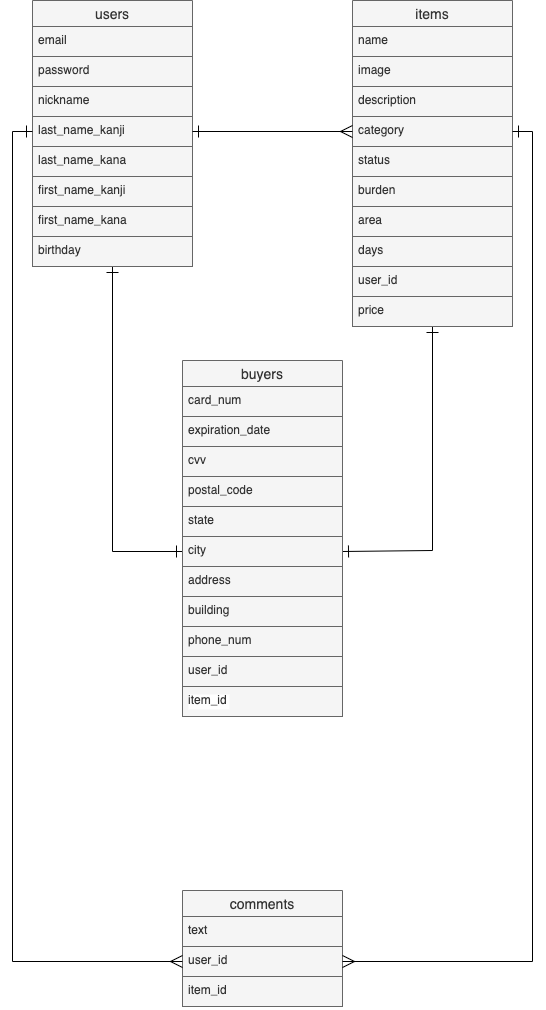
Before: furima_er.png, a diagram exported from draw.io (samanosuke-akechi/furima-34566). Source tidied: cells renumbered, new cells last; positions are measured from the earlier drawing's top-left corner, leaving out a move shared by most shapes.
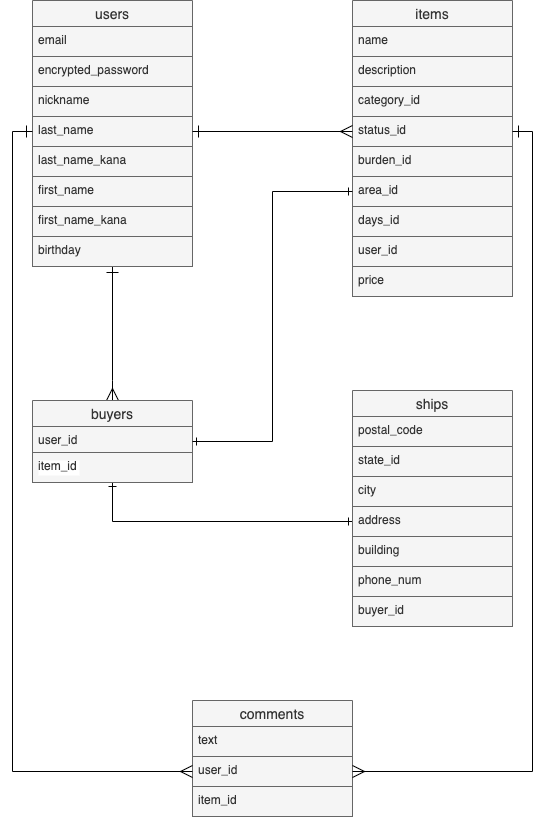
Above is the later version.

The edit, as a diff of the source:
```diff
@@ -2,8 +2,13 @@
   <root>
     <mxCell id="0" />
     <mxCell id="1" parent="0" />
-    <mxCell id="2" style="edgeStyle=orthogonalEdgeStyle;rounded=0;jettySize=auto;html=1;exitX=0.5;exitY=1;exitDx=0;exitDy=0;entryX=0;entryY=0.5;entryDx=0;entryDy=0;startArrow=ERone;startFill=0;endArrow=ERone;endFill=0;strokeColor=#000000;endSize=10;startSize=10;" parent="1" edge="1" source="3" target="37">
-      <mxGeometry relative="1" as="geometry" />
+    <mxCell id="2" style="edgeStyle=orthogonalEdgeStyle;rounded=0;jettySize=auto;html=1;exitX=0.5;exitY=1;exitDx=0;exitDy=0;entryX=0.5;entryY=0;entryDx=0;entryDy=0;startArrow=ERone;startFill=0;endArrow=ERmany;endFill=0;strokeColor=#000000;endSize=10;startSize=10;" parent="1" edge="1" source="3" target="31">
+      <mxGeometry relative="1" as="geometry">
+        <Array as="points">
+          <mxPoint x="80" y="380" />
+          <mxPoint x="80" y="380" />
+        </Array>
+      </mxGeometry>
     </mxCell>
     <mxCell id="3" value="users" style="swimlane;fontStyle=0;horizontal=1;startSize=26;align=center;fontSize=14;fillColor=#f5f5f5;strokeColor=#666666;fontColor=#333333;" parent="1" vertex="1">
       <mxGeometry width="160" height="266" as="geometry" />
@@ -11,19 +16,19 @@
     <mxCell id="4" value="email" style="text;strokeColor=#666666;fillColor=#f5f5f5;spacingLeft=4;spacingRight=4;overflow=hidden;fontSize=12;fontColor=#333333;" parent="3" vertex="1">
       <mxGeometry y="26" width="160" height="30" as="geometry" />
     </mxCell>
-    <mxCell id="5" value="password" style="text;strokeColor=#666666;fillColor=#f5f5f5;spacingLeft=4;spacingRight=4;overflow=hidden;fontSize=12;fontColor=#333333;" parent="3" vertex="1">
+    <mxCell id="5" value="encrypted_password" style="text;strokeColor=#666666;fillColor=#f5f5f5;spacingLeft=4;spacingRight=4;overflow=hidden;fontSize=12;fontColor=#333333;" parent="3" vertex="1">
       <mxGeometry y="56" width="160" height="30" as="geometry" />
     </mxCell>
     <mxCell id="6" value="nickname" style="text;strokeColor=#666666;fillColor=#f5f5f5;spacingLeft=4;spacingRight=4;overflow=hidden;fontSize=12;fontColor=#333333;" parent="3" vertex="1">
       <mxGeometry y="86" width="160" height="30" as="geometry" />
     </mxCell>
-    <mxCell id="7" value="last_name_kanji" style="text;strokeColor=#666666;fillColor=#f5f5f5;spacingLeft=4;spacingRight=4;overflow=hidden;points=[[0,0.5],[1,0.5]];portConstraint=eastwest;fontSize=12;fontColor=#333333;" parent="3" vertex="1">
+    <mxCell id="7" value="last_name" style="text;strokeColor=#666666;fillColor=#f5f5f5;spacingLeft=4;spacingRight=4;overflow=hidden;points=[[0,0.5],[1,0.5]];portConstraint=eastwest;fontSize=12;fontColor=#333333;" parent="3" vertex="1">
       <mxGeometry y="116" width="160" height="30" as="geometry" />
     </mxCell>
     <mxCell id="8" value="last_name_kana" style="text;strokeColor=#666666;fillColor=#f5f5f5;spacingLeft=4;spacingRight=4;overflow=hidden;fontSize=12;fontColor=#333333;" parent="3" vertex="1">
       <mxGeometry y="146" width="160" height="30" as="geometry" />
     </mxCell>
-    <mxCell id="9" value="first_name_kanji" style="text;strokeColor=#666666;fillColor=#f5f5f5;spacingLeft=4;spacingRight=4;overflow=hidden;fontSize=12;fontColor=#333333;" parent="3" vertex="1">
+    <mxCell id="9" value="first_name" style="text;strokeColor=#666666;fillColor=#f5f5f5;spacingLeft=4;spacingRight=4;overflow=hidden;fontSize=12;fontColor=#333333;" parent="3" vertex="1">
       <mxGeometry y="176" width="160" height="30" as="geometry" />
     </mxCell>
     <mxCell id="10" value="first_name_kana" style="text;strokeColor=#666666;fillColor=#f5f5f5;spacingLeft=4;spacingRight=4;overflow=hidden;fontSize=12;fontColor=#333333;" parent="3" vertex="1">
@@ -32,48 +37,38 @@
     <mxCell id="11" value="birthday" style="text;strokeColor=#666666;fillColor=#f5f5f5;spacingLeft=4;spacingRight=4;overflow=hidden;fontSize=12;fontColor=#333333;" parent="3" vertex="1">
       <mxGeometry y="236" width="160" height="30" as="geometry" />
     </mxCell>
-    <mxCell id="12" style="edgeStyle=orthogonalEdgeStyle;rounded=0;jettySize=auto;html=1;entryX=1;entryY=0.5;entryDx=0;entryDy=0;startArrow=ERone;startFill=0;endArrow=ERone;endFill=0;strokeColor=#000000;endSize=10;startSize=10;" parent="1" edge="1" source="13" target="37">
-      <mxGeometry relative="1" as="geometry">
-        <Array as="points">
-          <mxPoint x="400" y="550" />
-        </Array>
-      </mxGeometry>
-    </mxCell>
     <mxCell id="13" value="items" style="swimlane;fontStyle=0;horizontal=1;startSize=26;align=center;fontSize=14;fillColor=#f5f5f5;strokeColor=#666666;fontColor=#333333;" parent="1" vertex="1">
-      <mxGeometry x="320" width="160" height="326" as="geometry" />
+      <mxGeometry x="320" width="160" height="296" as="geometry" />
     </mxCell>
     <mxCell id="14" value="name" style="text;strokeColor=#666666;fillColor=#f5f5f5;spacingLeft=4;spacingRight=4;overflow=hidden;fontSize=12;fontColor=#333333;" parent="13" vertex="1">
       <mxGeometry y="26" width="160" height="30" as="geometry" />
     </mxCell>
-    <mxCell id="15" value="image" style="text;strokeColor=#666666;fillColor=#f5f5f5;spacingLeft=4;spacingRight=4;overflow=hidden;fontSize=12;fontColor=#333333;" parent="13" vertex="1">
-      <mxGeometry y="56" width="160" height="30" as="geometry" />
-    </mxCell>
     <mxCell id="16" value="description" style="text;strokeColor=#666666;fillColor=#f5f5f5;spacingLeft=4;spacingRight=4;overflow=hidden;fontSize=12;fontColor=#333333;" parent="13" vertex="1">
-      <mxGeometry y="86" width="160" height="30" as="geometry" />
+      <mxGeometry y="56" width="160" height="30" as="geometry" />
     </mxCell>
-    <mxCell id="17" value="category" style="text;strokeColor=#666666;fillColor=#f5f5f5;spacingLeft=4;spacingRight=4;overflow=hidden;points=[[0,0.5],[1,0.5]];portConstraint=eastwest;fontSize=12;fontColor=#333333;" parent="13" vertex="1">
-      <mxGeometry y="116" width="160" height="30" as="geometry" />
+    <mxCell id="17" value="category_id" style="text;strokeColor=#666666;fillColor=#f5f5f5;spacingLeft=4;spacingRight=4;overflow=hidden;points=[[0,0.5],[1,0.5]];portConstraint=eastwest;fontSize=12;fontColor=#333333;" parent="13" vertex="1">
+      <mxGeometry y="86" width="160" height="30" as="geometry" />
     </mxCell>
-    <mxCell id="18" value="status" style="text;strokeColor=#666666;fillColor=#f5f5f5;spacingLeft=4;spacingRight=4;overflow=hidden;points=[[0,0.5],[1,0.5]];portConstraint=eastwest;fontSize=12;fontColor=#333333;" parent="13" vertex="1">
-      <mxGeometry y="146" width="160" height="30" as="geometry" />
+    <mxCell id="18" value="status_id" style="text;strokeColor=#666666;fillColor=#f5f5f5;spacingLeft=4;spacingRight=4;overflow=hidden;points=[[0,0.5],[1,0.5]];portConstraint=eastwest;fontSize=12;fontColor=#333333;" parent="13" vertex="1">
+      <mxGeometry y="116" width="160" height="30" as="geometry" />
     </mxCell>
-    <mxCell id="19" value="burden" style="text;strokeColor=#666666;fillColor=#f5f5f5;spacingLeft=4;spacingRight=4;overflow=hidden;fontSize=12;fontColor=#333333;" parent="13" vertex="1">
-      <mxGeometry y="176" width="160" height="30" as="geometry" />
+    <mxCell id="19" value="burden_id" style="text;strokeColor=#666666;fillColor=#f5f5f5;spacingLeft=4;spacingRight=4;overflow=hidden;fontSize=12;fontColor=#333333;" parent="13" vertex="1">
+      <mxGeometry y="146" width="160" height="30" as="geometry" />
     </mxCell>
-    <mxCell id="20" value="area" style="text;strokeColor=#666666;fillColor=#f5f5f5;spacingLeft=4;spacingRight=4;overflow=hidden;points=[[0,0.5],[1,0.5]];portConstraint=eastwest;fontSize=12;fontColor=#333333;" parent="13" vertex="1">
-      <mxGeometry y="206" width="160" height="30" as="geometry" />
+    <mxCell id="20" value="area_id" style="text;strokeColor=#666666;fillColor=#f5f5f5;spacingLeft=4;spacingRight=4;overflow=hidden;points=[[0,0.5],[1,0.5]];portConstraint=eastwest;fontSize=12;fontColor=#333333;" parent="13" vertex="1">
+      <mxGeometry y="176" width="160" height="30" as="geometry" />
     </mxCell>
-    <mxCell id="21" value="days" style="text;strokeColor=#666666;fillColor=#f5f5f5;spacingLeft=4;spacingRight=4;overflow=hidden;fontSize=12;fontColor=#333333;" parent="13" vertex="1">
-      <mxGeometry y="236" width="160" height="30" as="geometry" />
+    <mxCell id="21" value="days_id" style="text;strokeColor=#666666;fillColor=#f5f5f5;spacingLeft=4;spacingRight=4;overflow=hidden;fontSize=12;fontColor=#333333;" parent="13" vertex="1">
+      <mxGeometry y="206" width="160" height="30" as="geometry" />
     </mxCell>
     <mxCell id="22" value="user_id" style="text;strokeColor=#666666;fillColor=#f5f5f5;spacingLeft=4;spacingRight=4;overflow=hidden;fontSize=12;fontColor=#333333;" parent="13" vertex="1">
-      <mxGeometry y="266" width="160" height="30" as="geometry" />
+      <mxGeometry y="236" width="160" height="30" as="geometry" />
     </mxCell>
     <mxCell id="23" value="price" style="text;strokeColor=#666666;fillColor=#f5f5f5;spacingLeft=4;spacingRight=4;overflow=hidden;fontSize=12;fontColor=#333333;" parent="13" vertex="1">
-      <mxGeometry y="296" width="160" height="30" as="geometry" />
+      <mxGeometry y="266" width="160" height="30" as="geometry" />
     </mxCell>
     <mxCell id="24" value="comments" style="swimlane;fontStyle=0;horizontal=1;startSize=26;align=center;fontSize=14;fillColor=#f5f5f5;strokeColor=#666666;fontColor=#333333;" parent="1" vertex="1">
-      <mxGeometry x="150" y="890" width="160" height="116" as="geometry" />
+      <mxGeometry x="160" y="700" width="160" height="116" as="geometry" />
     </mxCell>
     <mxCell id="25" value="text" style="text;strokeColor=#666666;fillColor=#f5f5f5;spacingLeft=4;spacingRight=4;overflow=hidden;fontSize=12;fontColor=#333333;" parent="24" vertex="1">
       <mxGeometry y="26" width="160" height="30" as="geometry" />
@@ -84,50 +79,53 @@
     <mxCell id="27" value="item_id" style="text;strokeColor=#666666;fillColor=#f5f5f5;spacingLeft=4;spacingRight=4;overflow=hidden;fontSize=12;fontColor=#333333;" parent="24" vertex="1">
       <mxGeometry y="86" width="160" height="30" as="geometry" />
     </mxCell>
-    <mxCell id="28" style="edgeStyle=orthogonalEdgeStyle;rounded=0;jettySize=auto;html=1;exitX=1;exitY=0.5;exitDx=0;exitDy=0;entryX=0;entryY=0.5;entryDx=0;entryDy=0;startArrow=ERone;startFill=0;endArrow=ERmany;endFill=0;strokeColor=#000000;targetPerimeterSpacing=0;endSize=10;startSize=10;" parent="1" edge="1" source="7" target="17">
+    <mxCell id="28" style="edgeStyle=orthogonalEdgeStyle;rounded=0;jettySize=auto;html=1;exitX=1;exitY=0.5;exitDx=0;exitDy=0;entryX=0;entryY=0.5;entryDx=0;entryDy=0;startArrow=ERone;startFill=0;endArrow=ERmany;endFill=0;strokeColor=#000000;targetPerimeterSpacing=0;endSize=10;startSize=10;" parent="1" edge="1" source="7" target="18">
       <mxGeometry relative="1" as="geometry" />
     </mxCell>
     <mxCell id="29" style="edgeStyle=orthogonalEdgeStyle;rounded=0;jettySize=auto;html=1;exitX=0;exitY=0.5;exitDx=0;exitDy=0;entryX=0;entryY=0.5;entryDx=0;entryDy=0;startArrow=ERone;startFill=0;endArrow=ERmany;endFill=0;strokeColor=#000000;endSize=10;startSize=10;" parent="1" edge="1" source="7" target="26">
       <mxGeometry relative="1" as="geometry" />
     </mxCell>
-    <mxCell id="30" style="edgeStyle=orthogonalEdgeStyle;rounded=0;jettySize=auto;html=1;exitX=1;exitY=0.5;exitDx=0;exitDy=0;entryX=1;entryY=0.5;entryDx=0;entryDy=0;startArrow=ERone;startFill=0;endArrow=ERmany;endFill=0;strokeColor=#000000;endSize=10;startSize=10;" parent="1" edge="1" source="17" target="26">
+    <mxCell id="30" style="edgeStyle=orthogonalEdgeStyle;rounded=0;jettySize=auto;html=1;exitX=1;exitY=0.5;exitDx=0;exitDy=0;entryX=1;entryY=0.5;entryDx=0;entryDy=0;startArrow=ERone;startFill=0;endArrow=ERmany;endFill=0;strokeColor=#000000;endSize=10;startSize=10;" parent="1" edge="1" source="18" target="26">
       <mxGeometry relative="1" as="geometry" />
     </mxCell>
+    <mxCell id="43" style="edgeStyle=orthogonalEdgeStyle;rounded=0;jettySize=auto;html=1;exitX=0.5;exitY=1;exitDx=0;exitDy=0;entryX=0;entryY=0.5;entryDx=0;entryDy=0;startArrow=ERone;startFill=0;endArrow=ERone;endFill=0;strokeColor=#000000;" parent="1" edge="1" source="31" target="38">
+      <mxGeometry relative="1" as="geometry" />
+    </mxCell>
     <mxCell id="31" value="buyers" style="swimlane;fontStyle=0;horizontal=1;startSize=26;align=center;fontSize=14;fillColor=#f5f5f5;strokeColor=#666666;fontColor=#333333;" parent="1" vertex="1">
-      <mxGeometry x="150" y="360" width="160" height="356" as="geometry" />
+      <mxGeometry y="400" width="160" height="82" as="geometry" />
     </mxCell>
-    <mxCell id="32" value="card_num" style="text;strokeColor=#666666;fillColor=#f5f5f5;spacingLeft=4;spacingRight=4;overflow=hidden;fontSize=12;fontColor=#333333;" parent="31" vertex="1">
-      <mxGeometry y="26" width="160" height="30" as="geometry" />
-    </mxCell>
-    <mxCell id="33" value="expiration_date" style="text;strokeColor=#666666;fillColor=#f5f5f5;spacingLeft=4;spacingRight=4;overflow=hidden;fontSize=12;fontColor=#333333;" parent="31" vertex="1">
-      <mxGeometry y="56" width="160" height="30" as="geometry" />
-    </mxCell>
-    <mxCell id="34" value="cvv" style="text;strokeColor=#666666;fillColor=#f5f5f5;spacingLeft=4;spacingRight=4;overflow=hidden;fontSize=12;fontColor=#333333;" parent="31" vertex="1">
-      <mxGeometry y="86" width="160" height="30" as="geometry" />
-    </mxCell>
+    <mxCell id="41" value="user_id" style="text;strokeColor=#666666;fillColor=#f5f5f5;spacingLeft=4;spacingRight=4;overflow=hidden;fontSize=12;fontColor=#333333;" parent="31" vertex="1">
+      <mxGeometry y="26" width="160" height="26" as="geometry" />
+    </mxCell>
+    <mxCell id="42" value="item_id" style="text;strokeColor=#666666;fillColor=#f5f5f5;spacingLeft=4;spacingRight=4;overflow=hidden;fontSize=12;labelBackgroundColor=#ffffff;fontColor=#333333;" parent="31" vertex="1">
+      <mxGeometry y="52" width="160" height="30" as="geometry" />
+    </mxCell>
+    <mxCell id="44" value="ships" style="swimlane;fontStyle=0;horizontal=1;startSize=26;align=center;fontSize=14;fillColor=#f5f5f5;strokeColor=#666666;fontColor=#333333;" parent="1" vertex="1">
+      <mxGeometry x="320" y="390" width="160" height="236" as="geometry" />
+    </mxCell>
-    <mxCell id="35" value="postal_code" style="text;strokeColor=#666666;fillColor=#f5f5f5;spacingLeft=4;spacingRight=4;overflow=hidden;fontSize=12;fontColor=#333333;" parent="31" vertex="1">
-      <mxGeometry y="116" width="160" height="30" as="geometry" />
+    <mxCell id="35" value="postal_code" style="text;strokeColor=#666666;fillColor=#f5f5f5;spacingLeft=4;spacingRight=4;overflow=hidden;fontSize=12;fontColor=#333333;" parent="44" vertex="1">
+      <mxGeometry y="26" width="160" height="30" as="geometry" />
     </mxCell>
-    <mxCell id="36" value="state" style="text;strokeColor=#666666;fillColor=#f5f5f5;spacingLeft=4;spacingRight=4;overflow=hidden;fontSize=12;fontColor=#333333;" parent="31" vertex="1">
-      <mxGeometry y="146" width="160" height="30" as="geometry" />
+    <mxCell id="36" value="state_id" style="text;strokeColor=#666666;fillColor=#f5f5f5;spacingLeft=4;spacingRight=4;overflow=hidden;fontSize=12;fontColor=#333333;" parent="44" vertex="1">
+      <mxGeometry y="56" width="160" height="30" as="geometry" />
     </mxCell>
-    <mxCell id="37" value="city" style="text;strokeColor=#666666;fillColor=#f5f5f5;spacingLeft=4;spacingRight=4;overflow=hidden;points=[[0,0.5],[1,0.5]];portConstraint=eastwest;fontSize=12;fontColor=#333333;" parent="31" vertex="1">
-      <mxGeometry y="176" width="160" height="30" as="geometry" />
+    <mxCell id="37" value="city" style="text;strokeColor=#666666;fillColor=#f5f5f5;spacingLeft=4;spacingRight=4;overflow=hidden;points=[[0,0.5],[1,0.5]];portConstraint=eastwest;fontSize=12;fontColor=#333333;" parent="44" vertex="1">
+      <mxGeometry y="86" width="160" height="30" as="geometry" />
     </mxCell>
-    <mxCell id="38" value="address" style="text;strokeColor=#666666;fillColor=#f5f5f5;spacingLeft=4;spacingRight=4;overflow=hidden;points=[[0,0.5],[1,0.5]];portConstraint=eastwest;fontSize=12;fontColor=#333333;" parent="31" vertex="1">
-      <mxGeometry y="206" width="160" height="30" as="geometry" />
+    <mxCell id="38" value="address" style="text;strokeColor=#666666;fillColor=#f5f5f5;spacingLeft=4;spacingRight=4;overflow=hidden;points=[[0,0.5],[1,0.5]];portConstraint=eastwest;fontSize=12;fontColor=#333333;" parent="44" vertex="1">
+      <mxGeometry y="116" width="160" height="30" as="geometry" />
     </mxCell>
-    <mxCell id="39" value="building" style="text;strokeColor=#666666;fillColor=#f5f5f5;spacingLeft=4;spacingRight=4;overflow=hidden;fontSize=12;fontColor=#333333;" parent="31" vertex="1">
-      <mxGeometry y="236" width="160" height="30" as="geometry" />
+    <mxCell id="39" value="building" style="text;strokeColor=#666666;fillColor=#f5f5f5;spacingLeft=4;spacingRight=4;overflow=hidden;fontSize=12;fontColor=#333333;" parent="44" vertex="1">
+      <mxGeometry y="146" width="160" height="30" as="geometry" />
     </mxCell>
-    <mxCell id="40" value="phone_num" style="text;strokeColor=#666666;fillColor=#f5f5f5;spacingLeft=4;spacingRight=4;overflow=hidden;fontSize=12;fontColor=#333333;" parent="31" vertex="1">
-      <mxGeometry y="266" width="160" height="30" as="geometry" />
+    <mxCell id="40" value="phone_num" style="text;strokeColor=#666666;fillColor=#f5f5f5;spacingLeft=4;spacingRight=4;overflow=hidden;fontSize=12;fontColor=#333333;" parent="44" vertex="1">
+      <mxGeometry y="176" width="160" height="30" as="geometry" />
     </mxCell>
-    <mxCell id="41" value="user_id" style="text;strokeColor=#666666;fillColor=#f5f5f5;spacingLeft=4;spacingRight=4;overflow=hidden;fontSize=12;fontColor=#333333;" parent="31" vertex="1">
-      <mxGeometry y="296" width="160" height="30" as="geometry" />
-    </mxCell>
-    <mxCell id="42" value="item_id" style="text;strokeColor=#666666;fillColor=#f5f5f5;spacingLeft=4;spacingRight=4;overflow=hidden;fontSize=12;labelBackgroundColor=#ffffff;fontColor=#333333;" parent="31" vertex="1">
-      <mxGeometry y="326" width="160" height="30" as="geometry" />
-    </mxCell>
+    <mxCell id="45" value="buyer_id" style="text;strokeColor=#666666;fillColor=#f5f5f5;spacingLeft=4;spacingRight=4;overflow=hidden;fontSize=12;fontColor=#333333;" parent="44" vertex="1">
+      <mxGeometry y="206" width="160" height="30" as="geometry" />
+    </mxCell>
+    <mxCell id="46" style="edgeStyle=orthogonalEdgeStyle;rounded=0;jettySize=auto;html=1;exitX=0;exitY=0.5;exitDx=0;exitDy=0;entryX=1;entryY=0.5;entryDx=0;entryDy=0;endArrow=ERone;endFill=0;startArrow=ERone;startFill=0;strokeColor=#000000;" parent="1" edge="1" source="20" target="31">
+      <mxGeometry relative="1" as="geometry" />
+    </mxCell>
   </root>
 </mxGraphModel>
```
